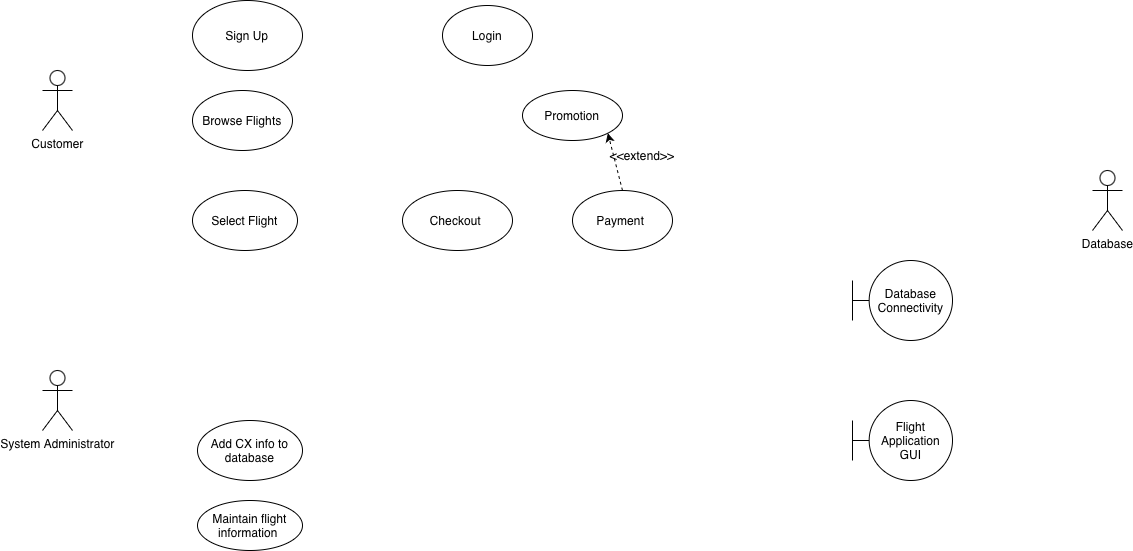
Before: SystemUseCaseDiagram.drawio.png, a diagram exported from draw.io (aditi-j25/Flight_Flow_Reservation_System). Source tidied: cells renumbered, new cells last; positions are measured from the earlier drawing's top-left corner, leaving out a move shared by most shapes.
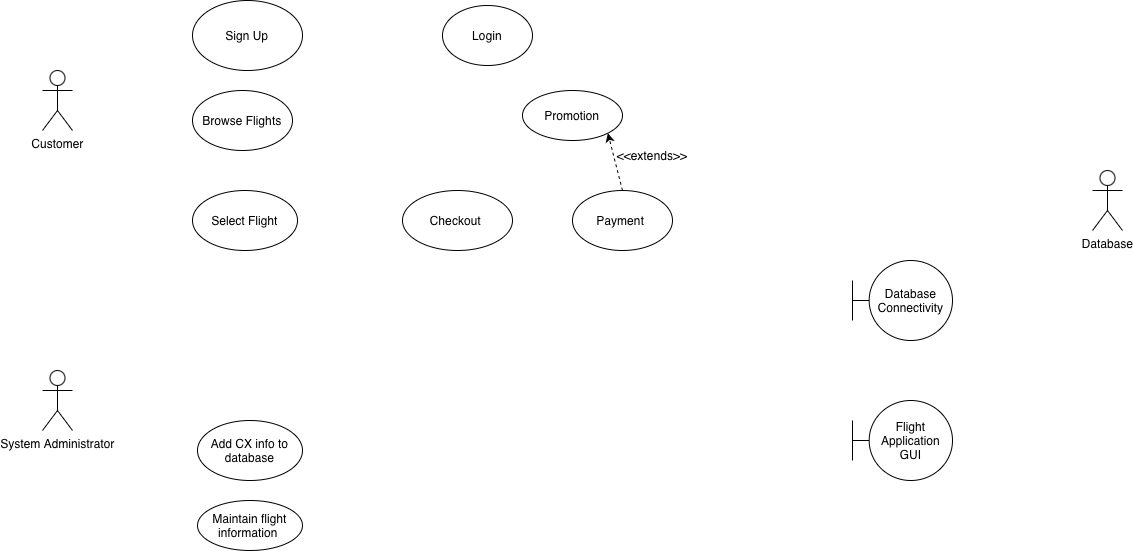
Later version of the same file.

The edit, as a diff of the source:
```diff
@@ -47,8 +47,8 @@
     <mxCell id="16" style="endArrow=classic;html=1;rounded=0;entryX=1;entryY=1;entryDx=0;entryDy=0;dashed=1;exitX=0.5;exitY=0;exitDx=0;exitDy=0;" parent="1" edge="1" source="13" target="15">
       <mxGeometry relative="1" as="geometry" />
     </mxCell>
-    <mxCell id="17" value="&amp;lt;&amp;lt;extend&amp;gt;&amp;gt;" style="text;html=1;whiteSpace=wrap;strokeColor=none;fillColor=none;align=center;verticalAlign=middle;rounded=0;" parent="1" vertex="1">
-      <mxGeometry x="570" y="140" width="60" height="30" as="geometry" />
+    <mxCell id="17" value="&amp;lt;&amp;lt;extends&amp;gt;&amp;gt;" style="text;html=1;whiteSpace=wrap;strokeColor=none;fillColor=none;align=center;verticalAlign=middle;rounded=0;" parent="1" vertex="1">
+      <mxGeometry x="580" y="140" width="60" height="30" as="geometry" />
     </mxCell>
   </root>
 </mxGraphModel>
```
